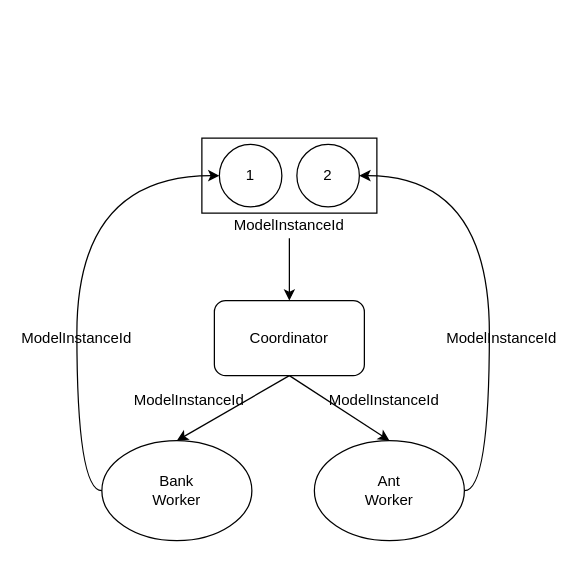
Above: 模型发布.drawio in chlq1128/Mycode (draw.io), before the change. Source tidied: cells renumbered, new cells numbered last; positions are measured from the earlier drawing's top-left corner, leaving out a move shared by most shapes. Both pictures are drawn from the tidied source at 125%, with x=0, y=0 at pixel (51, 138).
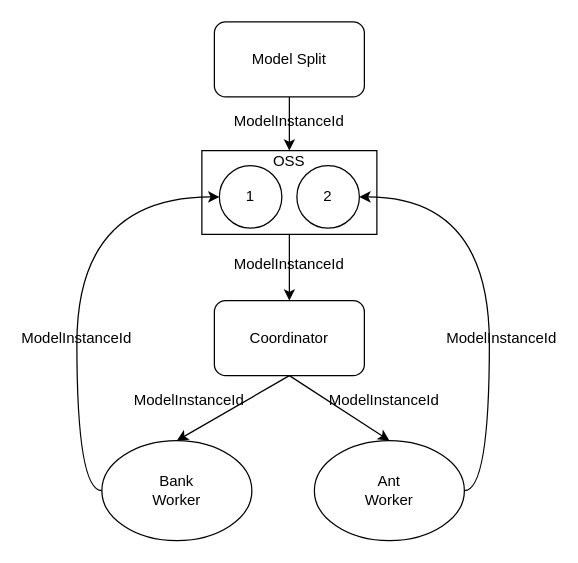
Above is the later version.

Commit message (it also covers changes not shown here):
更新模型发布.drawio

The change refers to these unchanged cells:
```xml
<mxCell id="2" value="Coordinator" style="rounded=1;whiteSpace=wrap;html=1;" parent="1" vertex="1">
  <mxGeometry x="130" y="130" width="120" height="60" as="geometry" />
</mxCell>
```

The edit, as a diff of the source:
```diff
@@
-    <mxCell id="7" style="edgeStyle=none;rounded=0;jettySize=auto;html=1;exitX=0.5;exitY=1;exitDx=0;exitDy=0;" parent="1" edge="1" source="8" target="2">
-      <mxGeometry relative="1" as="geometry" />
-    </mxCell>
     <mxCell id="8" value="ModelInstanceId" style="text;html=1;strokeColor=none;fillColor=none;align=center;verticalAlign=middle;whiteSpace=wrap;rounded=0;" parent="1" vertex="1">
-      <mxGeometry x="170" y="60" width="40" height="20" as="geometry" />
+      <mxGeometry x="170" y="91" width="40" height="20" as="geometry" />
     </mxCell>
+    <mxCell id="19" style="edgeStyle=none;rounded=0;jettySize=auto;html=1;exitX=0.5;exitY=1;exitDx=0;exitDy=0;" parent="1" edge="1" source="9" target="2">
+      <mxGeometry relative="1" as="geometry" />
+    </mxCell>
     <mxCell id="9" style="rounded=0;whiteSpace=wrap;html=1;" parent="1" vertex="1">
-      <mxGeometry x="120" width="140" height="60" as="geometry" />
+      <mxGeometry x="120" y="10" width="140" height="67" as="geometry" />
     </mxCell>
     <mxCell id="10" style="group;" parent="1" vertex="1">
-      <mxGeometry x="134" y="5" width="112" height="50" as="geometry" />
+      <mxGeometry x="134" y="22" width="112" height="50" as="geometry" />
     </mxCell>
@@
+    <mxCell id="20" style="edgeStyle=none;rounded=0;jettySize=auto;html=1;exitX=0.5;exitY=1;exitDx=0;exitDy=0;entryX=0.5;entryY=0;entryDx=0;entryDy=0;" parent="1" edge="1" source="21" target="9">
+      <mxGeometry relative="1" as="geometry" />
+    </mxCell>
+    <mxCell id="21" value="Model Split" style="rounded=1;whiteSpace=wrap;html=1;" parent="1" vertex="1">
+      <mxGeometry x="130" y="-93" width="120" height="60" as="geometry" />
+    </mxCell>
+    <mxCell id="22" value="ModelInstanceId" style="text;html=1;strokeColor=none;fillColor=none;align=center;verticalAlign=middle;whiteSpace=wrap;rounded=0;" parent="1" vertex="1">
+      <mxGeometry x="170" y="-23" width="40" height="20" as="geometry" />
+    </mxCell>
+    <mxCell id="23" value="OSS" style="text;html=1;strokeColor=none;fillColor=none;align=center;verticalAlign=middle;whiteSpace=wrap;rounded=0;" parent="1" vertex="1">
+      <mxGeometry x="170" y="9" width="40" height="20" as="geometry" />
+    </mxCell>
```
